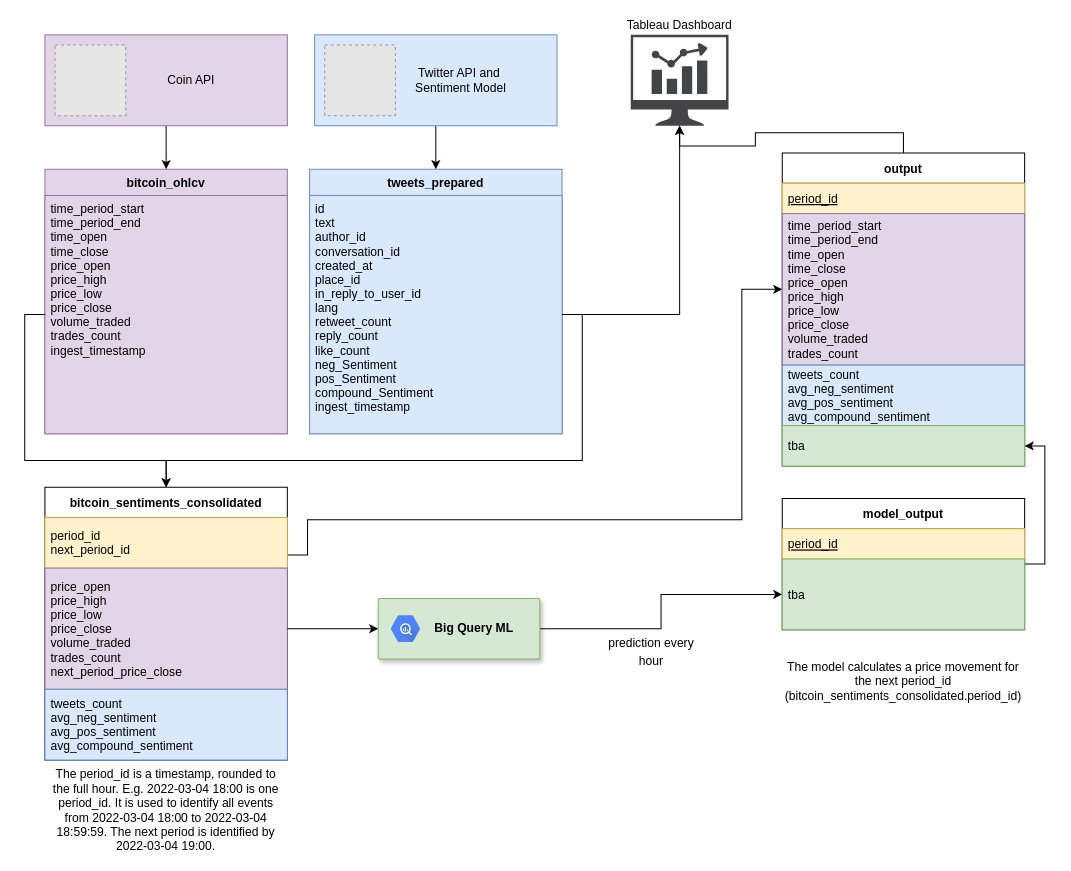
The draw.io diagram page "BigQuery Architecture" (3 of 7) of documentation/DataFlow.drawio in ptgrigorov27/TheMask, before the edit. Source tidied: cells renumbered, new cells numbered last; positions are measured from the earlier drawing's top-left corner, leaving out a move shared by most shapes. Both pictures are drawn from the tidied source at 101%, with x=0, y=0 at pixel (44, 34). Pictures stored in the file or linked from it are replaced by grey dashed boxes.
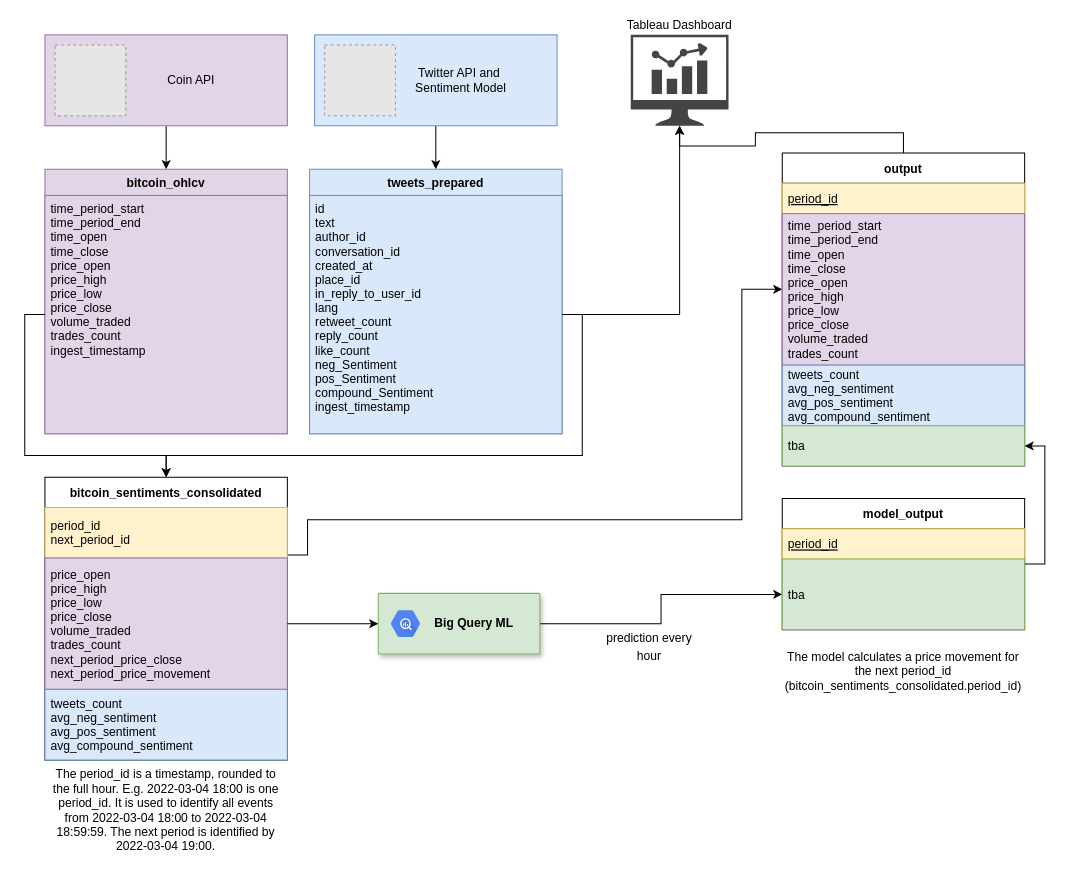
The same diagram, later.

What changed in the source:
```diff
@@
     <mxCell id="16" value="bitcoin_sentiments_consolidated" style="swimlane;fontStyle=1;horizontal=1;startSize=30;labelBackgroundColor=none;fontSize=12;fontColor=default;" parent="1" vertex="1">
-      <mxGeometry y="448" width="240" height="270" as="geometry" />
+      <mxGeometry y="438" width="240" height="280" as="geometry" />
     </mxCell>
@@
-    <mxCell id="18" value="price_open&#10;price_high&#10;price_low&#10;price_close&#10;volume_traded&#10;trades_count&#10;next_period_price_close" style="text;strokeColor=#9673a6;fillColor=#e1d5e7;align=left;verticalAlign=middle;spacingLeft=4;spacingRight=4;overflow=hidden;points=[[0,0.5],[1,0.5]];portConstraint=eastwest;labelBackgroundColor=none;fontSize=12;" parent="16" vertex="1">
-      <mxGeometry y="80" width="240" height="120" as="geometry" />
+    <mxCell id="18" value="price_open&#10;price_high&#10;price_low&#10;price_close&#10;volume_traded&#10;trades_count&#10;next_period_price_close&#10;next_period_price_movement" style="text;strokeColor=#9673a6;fillColor=#e1d5e7;align=left;verticalAlign=middle;spacingLeft=4;spacingRight=4;overflow=hidden;points=[[0,0.5],[1,0.5]];portConstraint=eastwest;labelBackgroundColor=none;fontSize=12;" parent="16" vertex="1">
+      <mxGeometry y="80" width="240" height="130" as="geometry" />
     </mxCell>
     <mxCell id="19" value="tweets_count&#10;avg_neg_sentiment&#10;avg_pos_sentiment&#10;avg_compound_sentiment" style="text;strokeColor=#6c8ebf;fillColor=#dae8fc;align=left;verticalAlign=middle;spacingLeft=4;spacingRight=4;overflow=hidden;labelBackgroundColor=none;fontSize=12;" parent="16" vertex="1">
-      <mxGeometry y="200" width="240" height="70" as="geometry" />
+      <mxGeometry y="210" width="240" height="70" as="geometry" />
     </mxCell>
     <mxCell id="20" style="strokeColor=#82b366;shadow=1;strokeWidth=1;rounded=1;absoluteArcSize=1;arcSize=2;labelBackgroundColor=none;fontSize=12;fillColor=#d5e8d4;" parent="1" vertex="1">
-      <mxGeometry x="330" y="558" width="160" height="60" as="geometry" />
+      <mxGeometry x="330" y="553" width="160" height="60" as="geometry" />
     </mxCell>
@@
     <mxCell id="33" value="The model calculates a price movement for the next period_id (bitcoin_sentiments_consolidated.period_id)" style="text;html=1;strokeColor=none;fillColor=none;align=center;verticalAlign=middle;whiteSpace=wrap;rounded=0;labelBackgroundColor=none;fontSize=12;fontColor=#000000;" parent="1" vertex="1">
-      <mxGeometry x="730" y="600" width="240" height="80" as="geometry" />
+      <mxGeometry x="730" y="590" width="240" height="80" as="geometry" />
     </mxCell>
```
